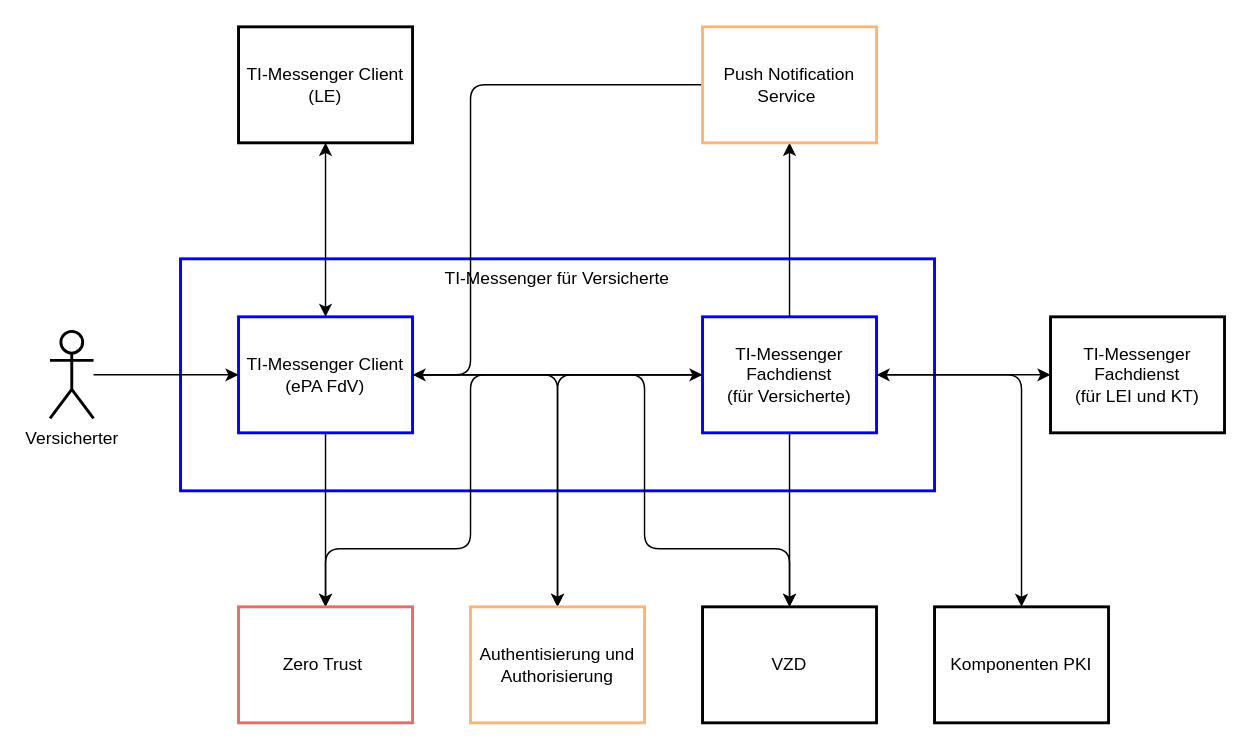
The draw.io diagram src/drawio/TI-M-Client_ePA_FdV_Kontextabgrenzung.drawio in gematik/api-ti-messenger, before the edit. Source tidied: cells renumbered, new cells numbered last; positions are measured from the earlier drawing's top-left corner, leaving out a move shared by most shapes. Both pictures are drawn from the tidied source at 145%, with x=0, y=0 at pixel (49, 26).
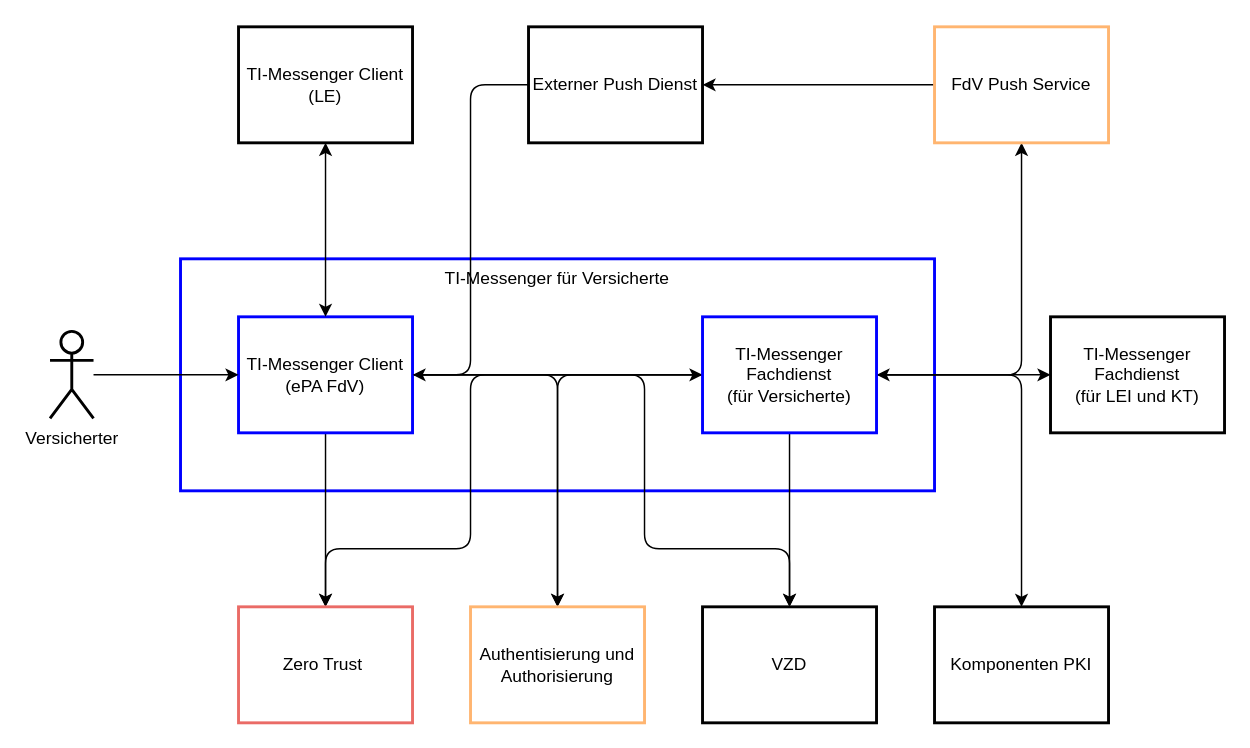
After the change.

Unchanged cells that the change refers to:
```xml
<mxCell id="14" value="TI-Messenger Fachdienst&lt;br&gt;(für Versicherte)" style="rounded=0;whiteSpace=wrap;html=1;strokeColor=#0000FF;strokeWidth=2;" parent="1" vertex="1">
  <mxGeometry x="450" y="200" width="120" height="80" as="geometry" />
</mxCell>
```

Diff of the diagram source:
```diff
@@
-    <mxCell id="12" style="edgeStyle=orthogonalEdgeStyle;rounded=0;jettySize=auto;html=1;entryX=0.5;entryY=1;entryDx=0;entryDy=0;" parent="1" edge="1" source="14" target="23">
+    <mxCell id="12" style="edgeStyle=orthogonalEdgeStyle;rounded=1;jettySize=auto;html=1;entryX=0.5;entryY=1;entryDx=0;entryDy=0;" parent="1" edge="1" source="14" target="27">
       <mxGeometry relative="1" as="geometry" />
     </mxCell>
@@
-    <mxCell id="23" value="Push Notification Service&amp;nbsp;" style="rounded=0;whiteSpace=wrap;html=1;strokeWidth=2;strokeColor=#FFB570;" parent="1" vertex="1">
-      <mxGeometry x="450" width="120" height="80" as="geometry" />
+    <mxCell id="23" value="Externer Push Dienst" style="rounded=0;whiteSpace=wrap;html=1;strokeWidth=2;strokeColor=#000000;" parent="1" vertex="1">
+      <mxGeometry x="330" width="120" height="80" as="geometry" />
     </mxCell>
@@
+    <mxCell id="26" style="edgeStyle=orthogonalEdgeStyle;rounded=0;jettySize=auto;html=1;entryX=1;entryY=0.5;entryDx=0;entryDy=0;" parent="1" edge="1" source="27" target="23">
+      <mxGeometry relative="1" as="geometry" />
+    </mxCell>
+    <mxCell id="27" value="FdV Push Service" style="rounded=0;whiteSpace=wrap;html=1;strokeWidth=2;strokeColor=#FFB570;" parent="1" vertex="1">
+      <mxGeometry x="610" width="120" height="80" as="geometry" />
+    </mxCell>
```
